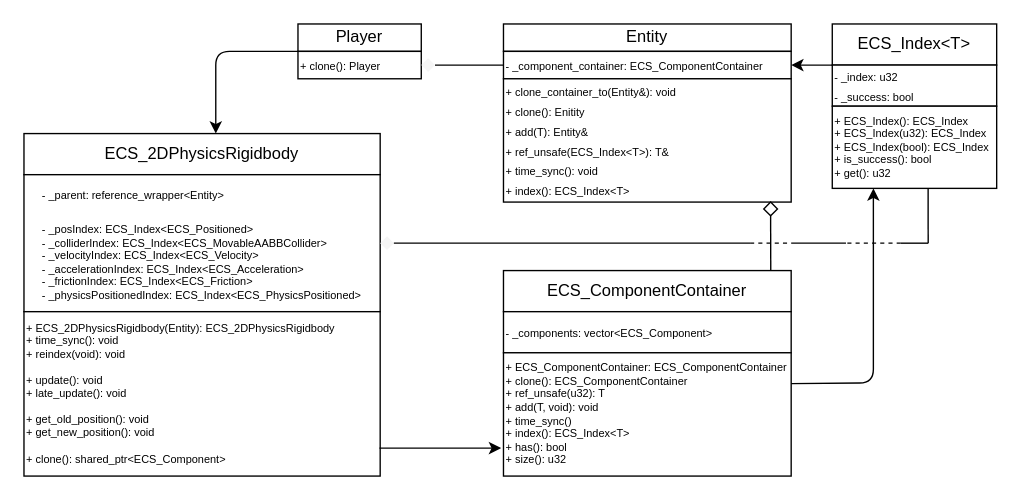
This is docs/player.drawio from Maksasj/omniscia, a draw.io file, before an edit. Source tidied: cells renumbered, new cells numbered last; positions are measured from the earlier drawing's top-left corner, leaving out a move shared by most shapes. Both pictures are drawn from the tidied source at 137%, with x=0, y=0 at pixel (23, 23).
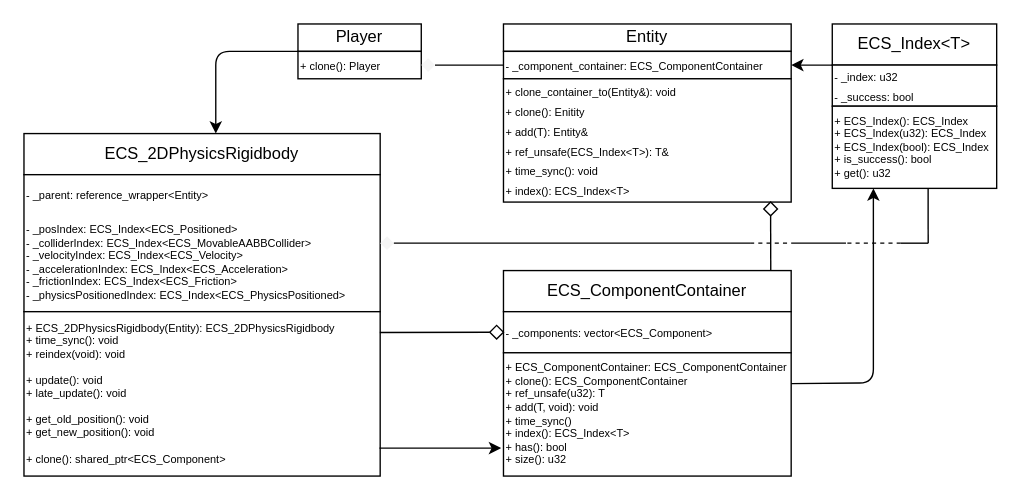
Above is the later version.

The change refers to these unchanged cells:
```xml
<mxCell id="21" value="+ ECS_2DPhysicsRigidbody(Entity): ECS_2DPhysicsRigidbody&lt;br&gt;+ time_sync(): void&lt;br&gt;+ reindex(void): void&lt;br&gt;&lt;br&gt;+ update(): void&lt;br&gt;+ late_update(): void&lt;br&gt;&lt;br&gt;+ get_old_position(): void&lt;br&gt;+ get_new_position(): void&lt;br&gt;&lt;br&gt;+ clone(): shared_ptr&amp;lt;ECS_Component&amp;gt;" style="rounded=0;whiteSpace=wrap;html=1;fontSize=8;align=left;" parent="1" vertex="1">
  <mxGeometry y="210" width="260" height="120" as="geometry" />
</mxCell>
```

The edit, as a diff of the source:
```diff
@@
-    <mxCell id="20" value="&lt;div style=&quot;text-align: left;&quot;&gt;&lt;span style=&quot;font-size: 8px; background-color: initial;&quot;&gt;- _parent: reference_wrapper&amp;lt;Entity&amp;gt;&lt;/span&gt;&lt;/div&gt;&lt;font style=&quot;&quot;&gt;&lt;div style=&quot;text-align: left;&quot;&gt;&lt;span style=&quot;font-size: 8px;&quot;&gt;&lt;br&gt;&lt;/span&gt;&lt;/div&gt;&lt;span style=&quot;font-size: 8px;&quot;&gt;&lt;div style=&quot;text-align: left;&quot;&gt;&lt;span style=&quot;background-color: initial;&quot;&gt;- _posIndex: ECS_Index&amp;lt;ECS_Positioned&amp;gt;&lt;/span&gt;&lt;/div&gt;&lt;div style=&quot;text-align: left;&quot;&gt;&lt;span style=&quot;background-color: initial;&quot;&gt;- _colliderIndex: ECS_Index&amp;lt;ECS_MovableAABBCollider&amp;gt;&lt;/span&gt;&lt;/div&gt;&lt;div style=&quot;text-align: left;&quot;&gt;&lt;span style=&quot;background-color: initial;&quot;&gt;- _velocityIndex: ECS_Index&amp;lt;ECS_Velocity&amp;gt;&lt;/span&gt;&lt;/div&gt;&lt;div style=&quot;text-align: left;&quot;&gt;&lt;span style=&quot;background-color: initial;&quot;&gt;- _accelerationIndex: ECS_Index&amp;lt;ECS_Acceleration&amp;gt;&lt;/span&gt;&lt;/div&gt;&lt;div style=&quot;text-align: left;&quot;&gt;&lt;span style=&quot;background-color: initial;&quot;&gt;- _frictionIndex: ECS_Index&amp;lt;ECS_Friction&amp;gt;&lt;/span&gt;&lt;/div&gt;&lt;div style=&quot;text-align: left;&quot;&gt;&lt;span style=&quot;background-color: initial;&quot;&gt;- _physicsPositionedIndex: ECS_Index&amp;lt;ECS_PhysicsPositioned&amp;gt;&lt;/span&gt;&lt;/div&gt;&lt;/span&gt;&lt;/font&gt;" style="rounded=0;whiteSpace=wrap;html=1;fontSize=12;" parent="1" vertex="1">
+    <mxCell id="20" value="&lt;div style=&quot;&quot;&gt;&lt;span style=&quot;font-size: 8px; background-color: initial;&quot;&gt;- _parent: reference_wrapper&amp;lt;Entity&amp;gt;&lt;/span&gt;&lt;/div&gt;&lt;font style=&quot;&quot;&gt;&lt;div style=&quot;&quot;&gt;&lt;span style=&quot;font-size: 8px;&quot;&gt;&lt;br&gt;&lt;/span&gt;&lt;/div&gt;&lt;span style=&quot;font-size: 8px;&quot;&gt;&lt;div style=&quot;&quot;&gt;&lt;span style=&quot;background-color: initial;&quot;&gt;- _posIndex: ECS_Index&amp;lt;ECS_Positioned&amp;gt;&lt;/span&gt;&lt;/div&gt;&lt;div style=&quot;&quot;&gt;&lt;span style=&quot;background-color: initial;&quot;&gt;- _colliderIndex: ECS_Index&amp;lt;ECS_MovableAABBCollider&amp;gt;&lt;/span&gt;&lt;/div&gt;&lt;div style=&quot;&quot;&gt;&lt;span style=&quot;background-color: initial;&quot;&gt;- _velocityIndex: ECS_Index&amp;lt;ECS_Velocity&amp;gt;&lt;/span&gt;&lt;/div&gt;&lt;div style=&quot;&quot;&gt;&lt;span style=&quot;background-color: initial;&quot;&gt;- _accelerationIndex: ECS_Index&amp;lt;ECS_Acceleration&amp;gt;&lt;/span&gt;&lt;/div&gt;&lt;div style=&quot;&quot;&gt;&lt;span style=&quot;background-color: initial;&quot;&gt;- _frictionIndex: ECS_Index&amp;lt;ECS_Friction&amp;gt;&lt;/span&gt;&lt;/div&gt;&lt;div style=&quot;&quot;&gt;&lt;span style=&quot;background-color: initial;&quot;&gt;- _physicsPositionedIndex: ECS_Index&amp;lt;ECS_PhysicsPositioned&amp;gt;&lt;/span&gt;&lt;/div&gt;&lt;/span&gt;&lt;/font&gt;" style="rounded=0;whiteSpace=wrap;html=1;fontSize=12;align=left;" parent="1" vertex="1">
       <mxGeometry y="110" width="260" height="100" as="geometry" />
     </mxCell>
@@
+    <mxCell id="31" style="rhombus;whiteSpace=wrap;html=1;fontSize=8;" parent="1" vertex="1">
+      <mxGeometry x="340" y="220" width="10" height="10" as="geometry" />
+    </mxCell>
+    <mxCell id="32" style="endArrow=none;html=1;fontSize=8;entryX=0.999;entryY=0.127;entryDx=0;entryDy=0;entryPerimeter=0;exitX=0;exitY=0.5;exitDx=0;exitDy=0;" parent="1" edge="1" source="31" target="21">
+      <mxGeometry relative="1" as="geometry" />
+    </mxCell>
```
